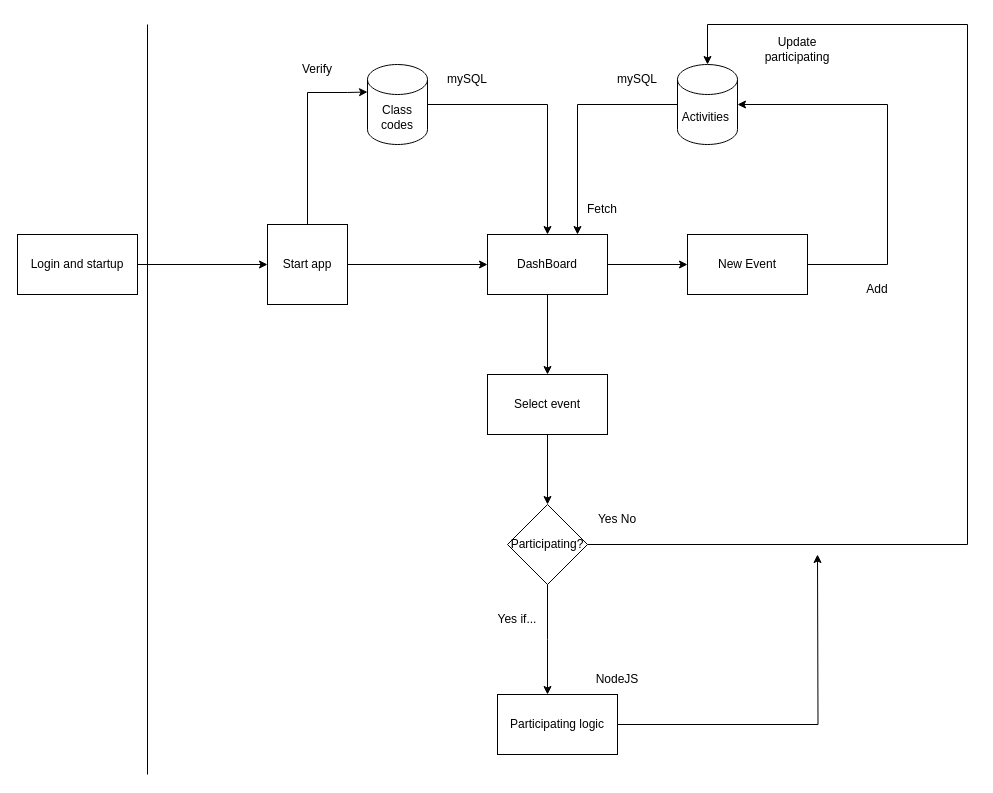
Aatmaj-Zephyr/Website-Playground keeps this draw.io diagram as studentactivity/mp.drawio. Above is the earlier version. Source tidied: cells renumbered, new cells numbered last; positions are measured from the earlier drawing's top-left corner, leaving out a move shared by most shapes. Both pictures are drawn from the tidied source at 100%, with x=0, y=0 at pixel (17, 24).
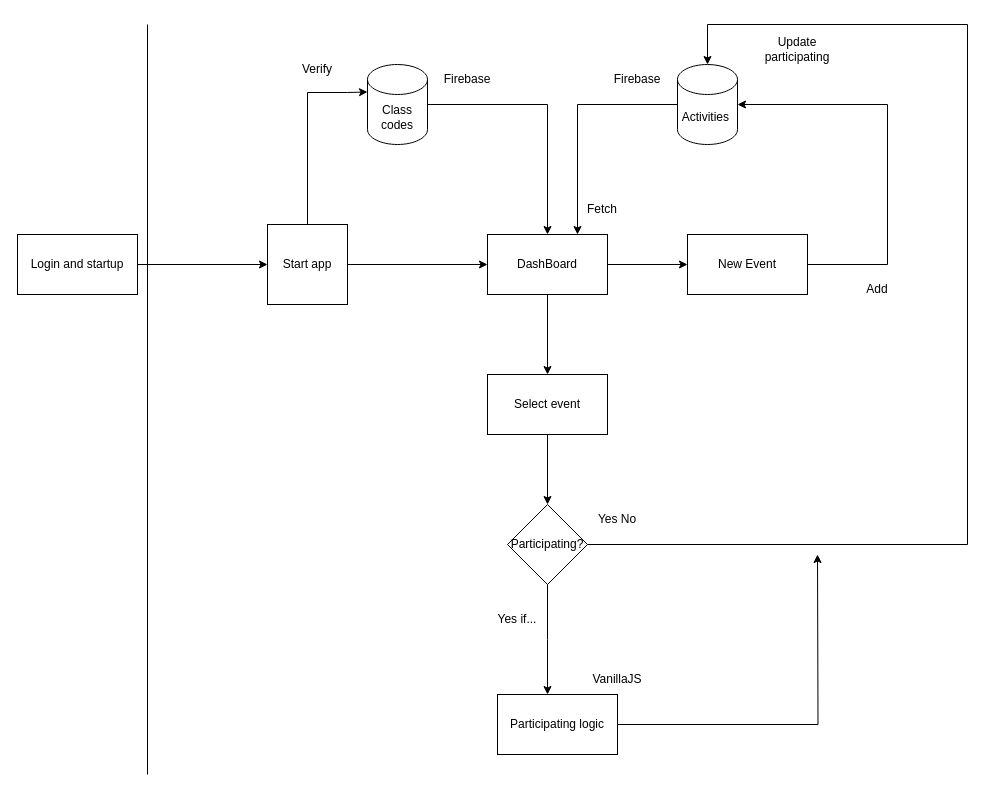
Above is the later version.

What changed in the source:
```diff
@@
-    <mxCell id="27" value="mySQL" style="text;html=1;strokeColor=none;fillColor=none;align=center;verticalAlign=middle;whiteSpace=wrap;rounded=0;" parent="1" vertex="1">
+    <mxCell id="27" value="Firebase" style="text;html=1;strokeColor=none;fillColor=none;align=center;verticalAlign=middle;whiteSpace=wrap;rounded=0;" parent="1" vertex="1">
       <mxGeometry x="420" y="40" width="60" height="30" as="geometry" />
     </mxCell>
-    <mxCell id="28" value="mySQL" style="text;html=1;strokeColor=none;fillColor=none;align=center;verticalAlign=middle;whiteSpace=wrap;rounded=0;" parent="1" vertex="1">
+    <mxCell id="28" value="Firebase" style="text;html=1;strokeColor=none;fillColor=none;align=center;verticalAlign=middle;whiteSpace=wrap;rounded=0;" parent="1" vertex="1">
       <mxGeometry x="590" y="40" width="60" height="30" as="geometry" />
     </mxCell>
-    <mxCell id="29" value="NodeJS" style="text;html=1;strokeColor=none;fillColor=none;align=center;verticalAlign=middle;whiteSpace=wrap;rounded=0;" parent="1" vertex="1">
+    <mxCell id="29" value="VanillaJS" style="text;html=1;strokeColor=none;fillColor=none;align=center;verticalAlign=middle;whiteSpace=wrap;rounded=0;" parent="1" vertex="1">
       <mxGeometry x="570" y="640" width="60" height="30" as="geometry" />
     </mxCell>
```
